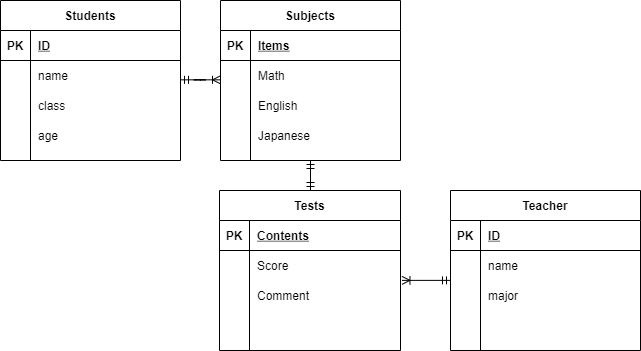
Earlier version of the draw.io export .drawio.png (mioirie/20220103omi). Source tidied: cells renumbered, new cells last; positions are measured from the earlier drawing's top-left corner, leaving out a move shared by most shapes.
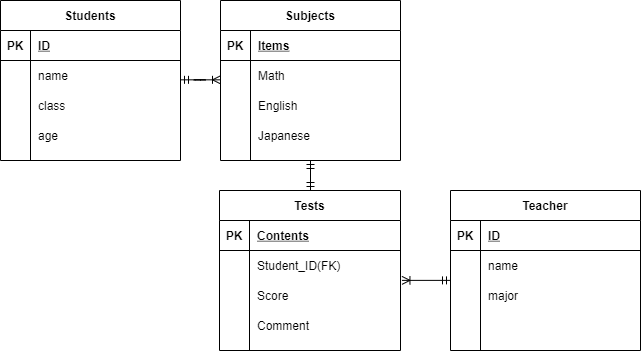
After the change.

Commit message:
Add foreign key

What changed in the source:
```diff
@@ -146,7 +146,7 @@
     <mxCell id="48" style="shape=partialRectangle;fillColor=none;top=0;left=0;bottom=0;right=0;overflow=hidden;" parent="47" vertex="1">
       <mxGeometry width="30" height="30" as="geometry" />
     </mxCell>
-    <mxCell id="49" value="Score" style="shape=partialRectangle;fillColor=none;top=0;left=0;bottom=0;right=0;align=left;spacingLeft=6;overflow=hidden;" parent="47" vertex="1">
+    <mxCell id="49" value="Student_ID(FK)" style="shape=partialRectangle;fillColor=none;top=0;left=0;bottom=0;right=0;align=left;spacingLeft=6;overflow=hidden;" parent="47" vertex="1">
       <mxGeometry x="30" width="151" height="30" as="geometry" />
     </mxCell>
     <mxCell id="50" style="shape=partialRectangle;fillColor=none;top=0;left=0;bottom=0;right=0;" parent="43" vertex="1">
@@ -155,7 +155,7 @@
     <mxCell id="51" style="shape=partialRectangle;fillColor=none;top=0;left=0;bottom=0;right=0;overflow=hidden;" parent="50" vertex="1">
       <mxGeometry width="30" height="30" as="geometry" />
     </mxCell>
-    <mxCell id="52" value="Comment" style="shape=partialRectangle;fillColor=none;top=0;left=0;bottom=0;right=0;align=left;spacingLeft=6;overflow=hidden;" parent="50" vertex="1">
+    <mxCell id="52" value="Score" style="shape=partialRectangle;fillColor=none;top=0;left=0;bottom=0;right=0;align=left;spacingLeft=6;overflow=hidden;" parent="50" vertex="1">
       <mxGeometry x="30" width="151" height="30" as="geometry" />
     </mxCell>
     <mxCell id="53" style="shape=partialRectangle;fillColor=none;top=0;left=0;bottom=0;right=0;" parent="43" vertex="1">
@@ -164,7 +164,7 @@
     <mxCell id="54" style="shape=partialRectangle;fillColor=none;top=0;left=0;bottom=0;right=0;overflow=hidden;" parent="53" vertex="1">
       <mxGeometry width="30" height="30" as="geometry" />
     </mxCell>
-    <mxCell id="55" style="shape=partialRectangle;fillColor=none;top=0;left=0;bottom=0;right=0;align=left;spacingLeft=6;overflow=hidden;" parent="53" vertex="1">
+    <mxCell id="55" value="Comment" style="shape=partialRectangle;fillColor=none;top=0;left=0;bottom=0;right=0;align=left;spacingLeft=6;overflow=hidden;" parent="53" vertex="1">
       <mxGeometry x="30" width="151" height="30" as="geometry" />
     </mxCell>
     <mxCell id="56" style="fontSize=12;html=1;endArrow=ERmandOne;startArrow=ERmandOne;" parent="1" edge="1">
```
